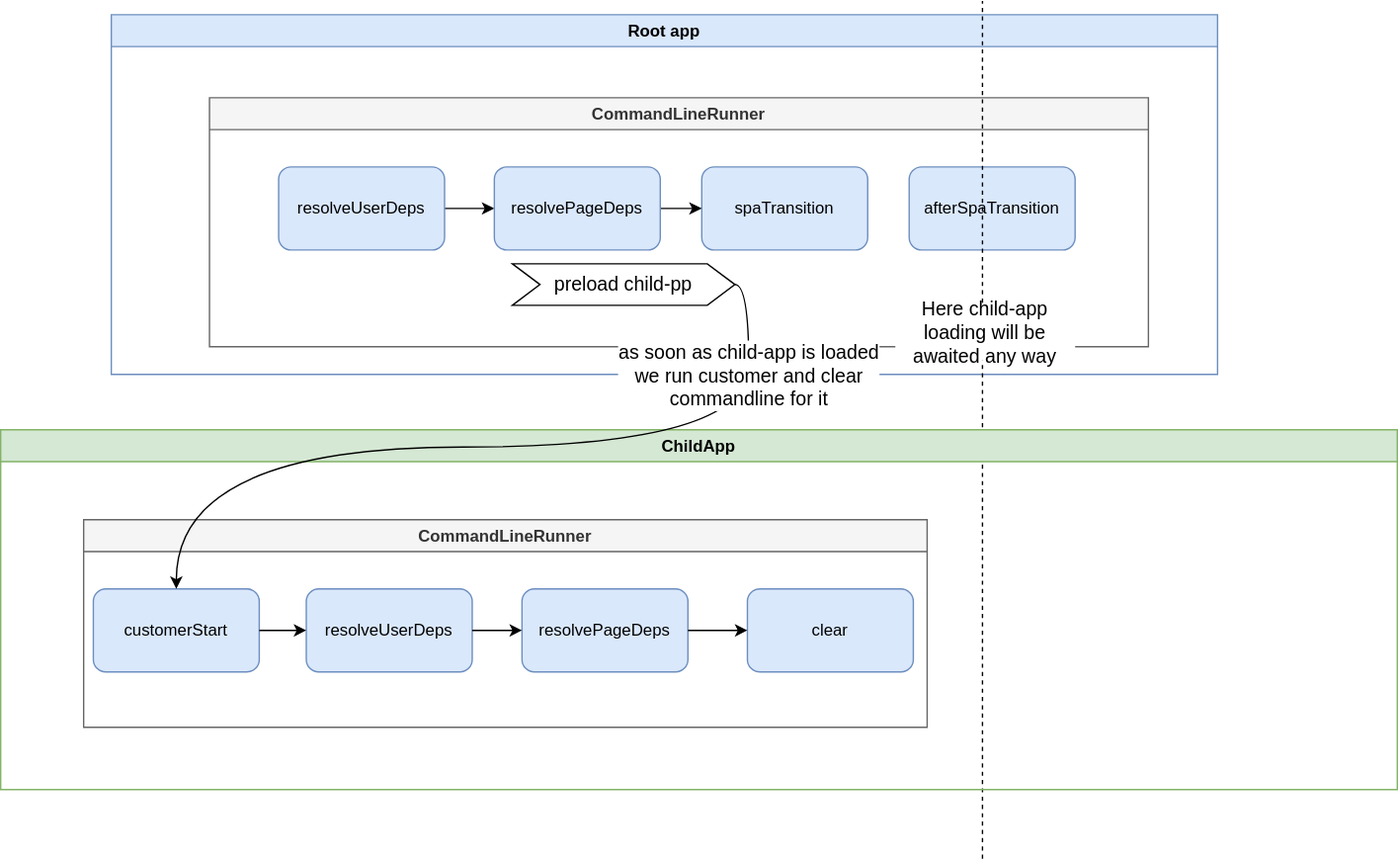
The draw.io diagram img/child-app/command-line-runner-spa-not-loaded.drawio.svg in tramvaijs/tramvai, before a commit. Source tidied: cells renumbered, new cells last; positions are measured from the earlier drawing's top-left corner, leaving out a move shared by most shapes. The source it was exported from:
```xml
<mxGraphModel>
  <root>
    <mxCell id="0" />
    <mxCell id="1" parent="0" />
    <mxCell id="2" value="Root app" style="swimlane;fillColor=#dae8fc;strokeColor=#6c8ebf;" parent="1" vertex="1">
      <mxGeometry x="80" y="10" width="800" height="260" as="geometry" />
    </mxCell>
    <mxCell id="3" value="CommandLineRunner" style="swimlane;fillColor=#f5f5f5;strokeColor=#666666;fontColor=#333333;" parent="2" vertex="1">
      <mxGeometry x="71" y="60" width="679" height="180" as="geometry" />
    </mxCell>
    <mxCell id="4" value="afterSpaTransition" style="rounded=1;whiteSpace=wrap;html=1;fillColor=#dae8fc;strokeColor=#6c8ebf;" parent="3" vertex="1">
      <mxGeometry x="506" y="50" width="120" height="60" as="geometry" />
    </mxCell>
    <mxCell id="5" value="spaTransition" style="rounded=1;whiteSpace=wrap;html=1;fillColor=#dae8fc;strokeColor=#6c8ebf;" parent="3" vertex="1">
      <mxGeometry x="356" y="50" width="120" height="60" as="geometry" />
    </mxCell>
    <mxCell id="6" style="edgeStyle=orthogonalEdgeStyle;rounded=0;jettySize=auto;html=1;exitX=1;exitY=0.5;exitDx=0;exitDy=0;entryX=0;entryY=0.5;entryDx=0;entryDy=0;" parent="3" edge="1" source="7" target="9">
      <mxGeometry relative="1" as="geometry" />
    </mxCell>
    <mxCell id="7" value="resolveUserDeps" style="rounded=1;whiteSpace=wrap;html=1;fillColor=#dae8fc;strokeColor=#6c8ebf;" parent="3" vertex="1">
      <mxGeometry x="50" y="50" width="120" height="60" as="geometry" />
    </mxCell>
    <mxCell id="8" style="edgeStyle=orthogonalEdgeStyle;rounded=0;jettySize=auto;html=1;exitX=1;exitY=0.5;exitDx=0;exitDy=0;entryX=0;entryY=0.5;entryDx=0;entryDy=0;" parent="3" edge="1" source="9" target="5">
      <mxGeometry relative="1" as="geometry" />
    </mxCell>
    <mxCell id="9" value="resolvePageDeps" style="rounded=1;whiteSpace=wrap;html=1;fillColor=#dae8fc;strokeColor=#6c8ebf;" parent="3" vertex="1">
      <mxGeometry x="206" y="50" width="120" height="60" as="geometry" />
    </mxCell>
    <mxCell id="10" value="&lt;font style=&quot;font-size: 14px;&quot;&gt;preload child-pp&lt;/font&gt;" style="shape=step;perimeter=stepPerimeter;whiteSpace=wrap;html=1;fixedSize=1;" parent="3" vertex="1">
      <mxGeometry x="219" y="120" width="161" height="30" as="geometry" />
    </mxCell>
    <mxCell id="11" style="endArrow=none;dashed=1;html=1;fontSize=14;curved=1;" parent="3" edge="1">
      <mxGeometry relative="1" as="geometry">
        <mxPoint x="559" y="550" as="sourcePoint" />
        <mxPoint x="559" y="-70" as="targetPoint" />
      </mxGeometry>
    </mxCell>
    <mxCell id="12" value="Here child-app&amp;nbsp;&lt;br&gt;loading will be awaited any way" style="text;html=1;align=center;verticalAlign=middle;whiteSpace=wrap;rounded=0;fontSize=14;fillColor=default;" parent="3" vertex="1">
      <mxGeometry x="496" y="150" width="130" height="40" as="geometry" />
    </mxCell>
    <mxCell id="13" value="ChildApp" style="swimlane;fillColor=#d5e8d4;strokeColor=#82b366;startSize=23;" parent="1" vertex="1">
      <mxGeometry y="310" width="1010" height="260" as="geometry" />
    </mxCell>
    <mxCell id="14" value="CommandLineRunner" style="swimlane;fillColor=#f5f5f5;strokeColor=#666666;fontColor=#333333;" parent="13" vertex="1">
      <mxGeometry x="60" y="65" width="610" height="150" as="geometry" />
    </mxCell>
    <mxCell id="15" value="customerStart" style="rounded=1;whiteSpace=wrap;html=1;fillColor=#dae8fc;strokeColor=#6c8ebf;" parent="14" vertex="1">
      <mxGeometry x="7" y="50" width="120" height="60" as="geometry" />
    </mxCell>
    <mxCell id="16" value="resolveUserDeps" style="rounded=1;whiteSpace=wrap;html=1;fillColor=#dae8fc;strokeColor=#6c8ebf;" parent="14" vertex="1">
      <mxGeometry x="161" y="50" width="120" height="60" as="geometry" />
    </mxCell>
    <mxCell id="17" style="edgeStyle=orthogonalEdgeStyle;rounded=0;jettySize=auto;html=1;exitX=1;exitY=0.5;exitDx=0;exitDy=0;entryX=0;entryY=0.5;entryDx=0;entryDy=0;" parent="14" edge="1" source="15" target="16">
      <mxGeometry relative="1" as="geometry" />
    </mxCell>
    <mxCell id="18" value="resolvePageDeps" style="rounded=1;whiteSpace=wrap;html=1;fillColor=#dae8fc;strokeColor=#6c8ebf;" parent="14" vertex="1">
      <mxGeometry x="317" y="50" width="120" height="60" as="geometry" />
    </mxCell>
    <mxCell id="19" style="edgeStyle=orthogonalEdgeStyle;rounded=0;jettySize=auto;html=1;exitX=1;exitY=0.5;exitDx=0;exitDy=0;entryX=0;entryY=0.5;entryDx=0;entryDy=0;" parent="14" edge="1" source="16" target="18">
      <mxGeometry relative="1" as="geometry" />
    </mxCell>
    <mxCell id="20" value="clear" style="rounded=1;whiteSpace=wrap;html=1;fillColor=#dae8fc;strokeColor=#6c8ebf;" parent="14" vertex="1">
      <mxGeometry x="480" y="50" width="120" height="60" as="geometry" />
    </mxCell>
    <mxCell id="21" style="edgeStyle=none;html=1;exitX=1;exitY=0.5;exitDx=0;exitDy=0;entryX=0;entryY=0.5;entryDx=0;entryDy=0;" parent="14" edge="1" source="18" target="20">
      <mxGeometry relative="1" as="geometry" />
    </mxCell>
    <mxCell id="22" style="edgeStyle=orthogonalEdgeStyle;html=1;exitX=1;exitY=0.5;exitDx=0;exitDy=0;entryX=0.5;entryY=0;entryDx=0;entryDy=0;fontSize=14;curved=1;" parent="1" edge="1" source="10" target="15">
      <mxGeometry relative="1" as="geometry" />
    </mxCell>
    <mxCell id="23" value="as soon as child-app is loaded&lt;br&gt;we run customer and clear&amp;nbsp;&lt;br&gt;commandline for it" style="edgeLabel;html=1;align=center;verticalAlign=middle;fontSize=14;" parent="22" vertex="1">
      <mxGeometry x="-0.41" y="-8" relative="1" as="geometry">
        <mxPoint x="61" y="-44" as="offset" />
      </mxGeometry>
    </mxCell>
  </root>
</mxGraphModel>
```
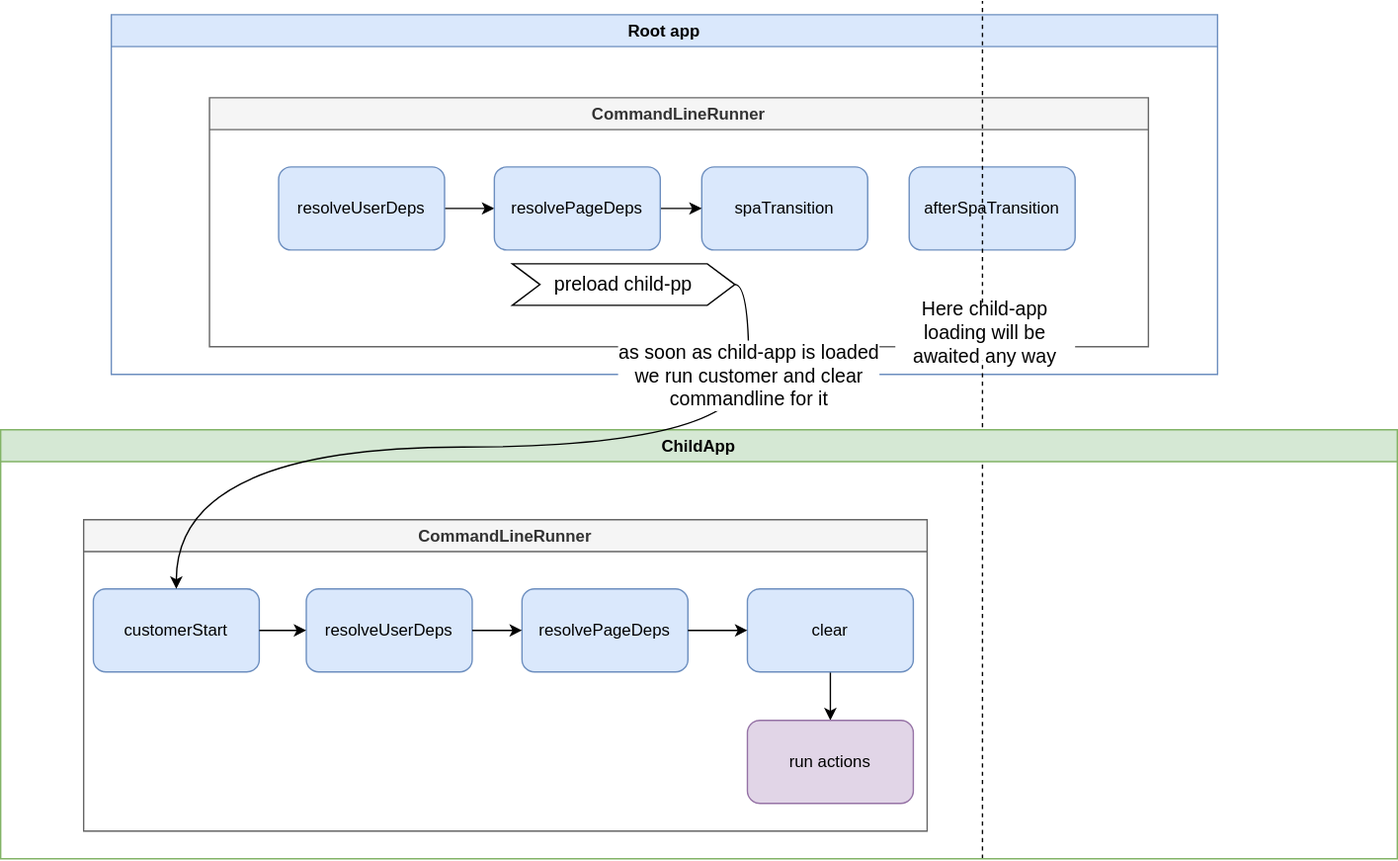
The same diagram one commit later.

What changed in the source:
```diff
@@ -39,10 +39,10 @@
       <mxGeometry x="496" y="150" width="130" height="40" as="geometry" />
     </mxCell>
     <mxCell id="13" value="ChildApp" style="swimlane;fillColor=#d5e8d4;strokeColor=#82b366;startSize=23;" parent="1" vertex="1">
-      <mxGeometry y="310" width="1010" height="260" as="geometry" />
+      <mxGeometry y="310" width="1010" height="310" as="geometry" />
     </mxCell>
     <mxCell id="14" value="CommandLineRunner" style="swimlane;fillColor=#f5f5f5;strokeColor=#666666;fontColor=#333333;" parent="13" vertex="1">
-      <mxGeometry x="60" y="65" width="610" height="150" as="geometry" />
+      <mxGeometry x="60" y="65" width="610" height="225" as="geometry" />
     </mxCell>
     <mxCell id="15" value="customerStart" style="rounded=1;whiteSpace=wrap;html=1;fillColor=#dae8fc;strokeColor=#6c8ebf;" parent="14" vertex="1">
       <mxGeometry x="7" y="50" width="120" height="60" as="geometry" />
@@ -59,12 +59,18 @@
     <mxCell id="19" style="edgeStyle=orthogonalEdgeStyle;rounded=0;jettySize=auto;html=1;exitX=1;exitY=0.5;exitDx=0;exitDy=0;entryX=0;entryY=0.5;entryDx=0;entryDy=0;" parent="14" edge="1" source="16" target="18">
       <mxGeometry relative="1" as="geometry" />
     </mxCell>
+    <mxCell id="24" style="edgeStyle=none;html=1;" parent="14" edge="1" source="20" target="25">
+      <mxGeometry relative="1" as="geometry" />
+    </mxCell>
     <mxCell id="20" value="clear" style="rounded=1;whiteSpace=wrap;html=1;fillColor=#dae8fc;strokeColor=#6c8ebf;" parent="14" vertex="1">
       <mxGeometry x="480" y="50" width="120" height="60" as="geometry" />
     </mxCell>
     <mxCell id="21" style="edgeStyle=none;html=1;exitX=1;exitY=0.5;exitDx=0;exitDy=0;entryX=0;entryY=0.5;entryDx=0;entryDy=0;" parent="14" edge="1" source="18" target="20">
       <mxGeometry relative="1" as="geometry" />
     </mxCell>
+    <mxCell id="25" value="run actions" style="rounded=1;whiteSpace=wrap;html=1;shadow=0;glass=0;labelBackgroundColor=none;fillColor=#e1d5e7;strokeColor=#9673a6;" parent="14" vertex="1">
+      <mxGeometry x="480" y="145" width="120" height="60" as="geometry" />
+    </mxCell>
     <mxCell id="22" style="edgeStyle=orthogonalEdgeStyle;html=1;exitX=1;exitY=0.5;exitDx=0;exitDy=0;entryX=0.5;entryY=0;entryDx=0;entryDy=0;fontSize=14;curved=1;" parent="1" edge="1" source="10" target="15">
       <mxGeometry relative="1" as="geometry" />
     </mxCell>
```
